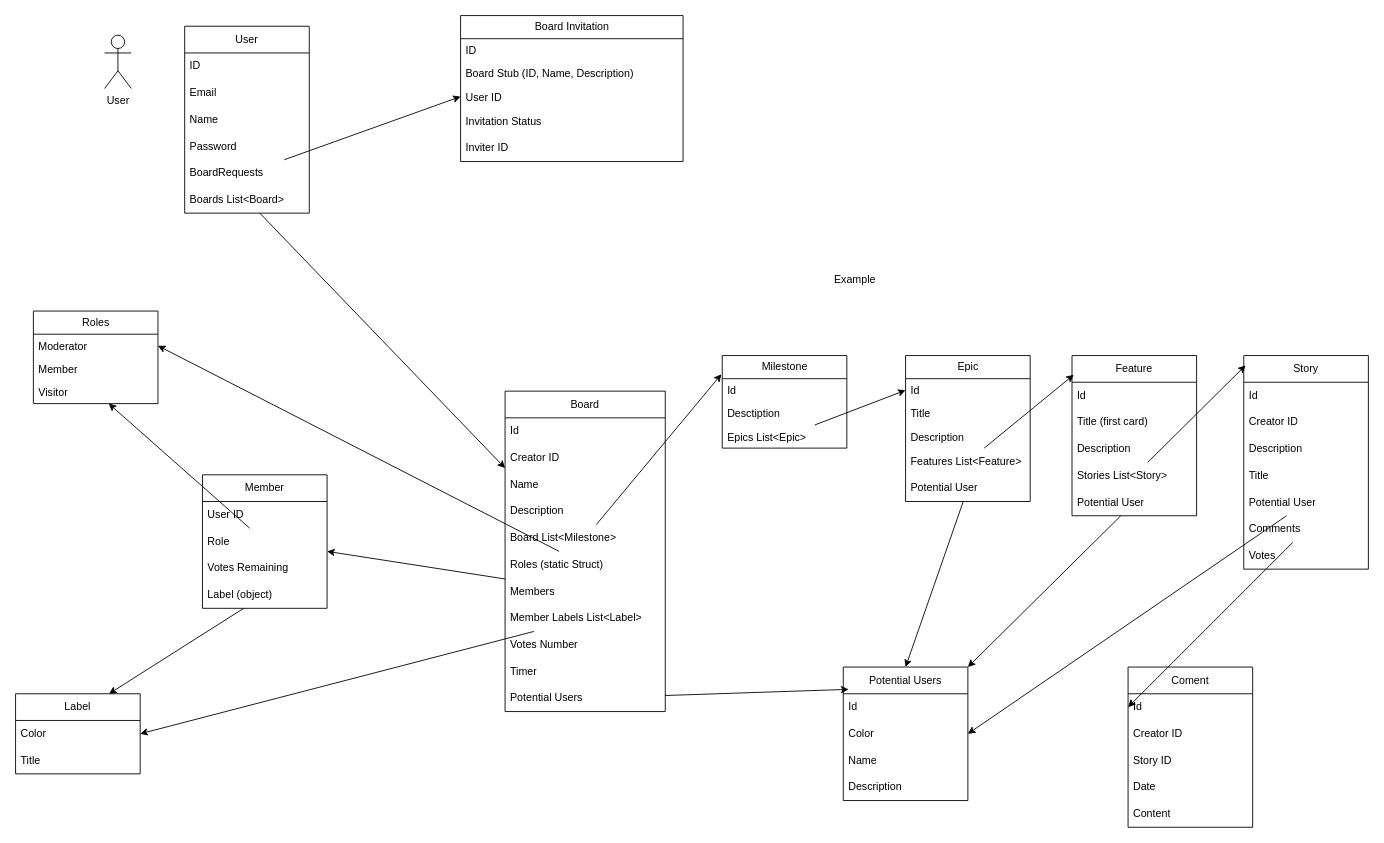
Earlier version of the draw.io diagram Data.drawio (KarolDuszak/UserStoryMapper). Source tidied: cells renumbered, new cells numbered last; positions are measured from the earlier drawing's top-left corner, leaving out a move shared by most shapes. Both pictures are drawn from the tidied source at 89%, with x=0, y=0 at pixel (15, 15).
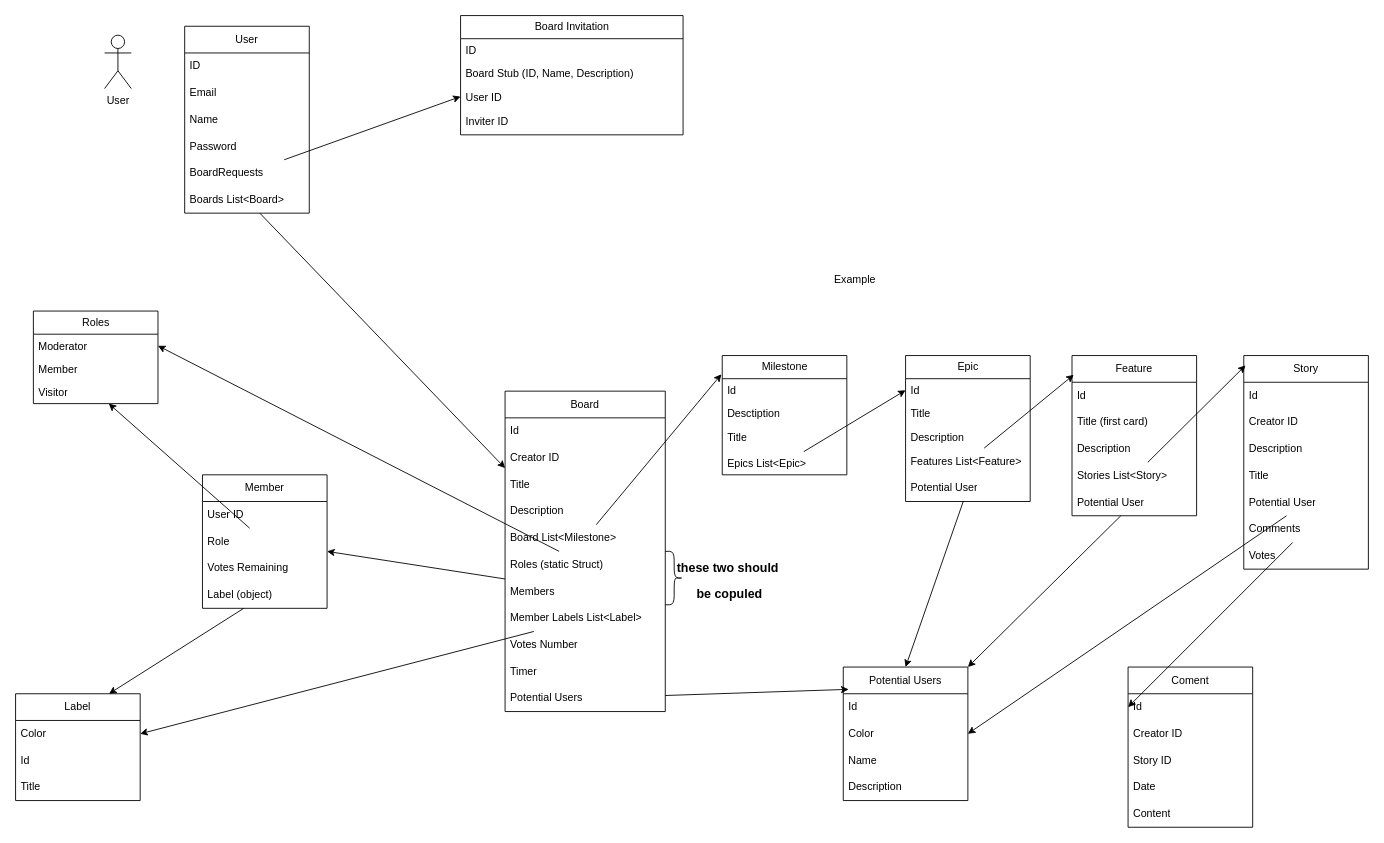
Above is the later version.

Unchanged cells that the change refers to:
```xml
<mxCell id="2" value="Board" style="swimlane;fontStyle=0;horizontal=1;startSize=30;whiteSpace=wrap;html=1;" parent="1" vertex="1">
  <mxGeometry x="550" y="422" width="180" height="360" as="geometry" />
</mxCell>
```

Diff of the diagram source:
```diff
@@
-    <mxCell id="5" value="Name" style="text;strokeColor=none;fillColor=none;align=left;verticalAlign=middle;spacingLeft=4;spacingRight=4;overflow=hidden;whiteSpace=wrap;html=1;" parent="2" vertex="1">
+    <mxCell id="5" value="Title" style="text;strokeColor=none;fillColor=none;align=left;verticalAlign=middle;spacingLeft=4;spacingRight=4;overflow=hidden;whiteSpace=wrap;html=1;" parent="2" vertex="1">
       <mxGeometry y="90" width="180" height="30" as="geometry" />
     </mxCell>
@@
     <mxCell id="15" value="Milestone" style="swimlane;fontStyle=0;horizontal=1;startSize=26;fillColor=none;html=1;" parent="1" vertex="1">
-      <mxGeometry x="794" y="382" width="140" height="104" as="geometry" />
+      <mxGeometry x="794" y="382" width="140" height="134" as="geometry" />
     </mxCell>
@@
+    <mxCell id="92" value="Title" style="text;strokeColor=none;fillColor=none;align=left;verticalAlign=middle;spacingLeft=4;spacingRight=4;overflow=hidden;whiteSpace=wrap;html=1;" parent="15" vertex="1">
+      <mxGeometry y="78" width="140" height="30" as="geometry" />
+    </mxCell>
     <mxCell id="18" value="Epics List&amp;lt;Epic&amp;gt;" style="text;strokeColor=none;fillColor=none;align=left;verticalAlign=top;spacingLeft=4;spacingRight=4;overflow=hidden;points=[[0,0.5],[1,0.5]];portConstraint=eastwest;whiteSpace=wrap;html=1;" parent="15" vertex="1">
-      <mxGeometry y="78" width="140" height="26" as="geometry" />
+      <mxGeometry y="108" width="140" height="26" as="geometry" />
     </mxCell>
@@
     <mxCell id="48" value="Label" style="swimlane;fontStyle=0;horizontal=1;startSize=30;whiteSpace=wrap;html=1;" parent="1" vertex="1">
-      <mxGeometry y="762" width="140" height="90" as="geometry" />
+      <mxGeometry y="762" width="140" height="120" as="geometry" />
     </mxCell>
@@
+    <mxCell id="93" value="Id" style="text;strokeColor=none;fillColor=none;align=left;verticalAlign=middle;spacingLeft=4;spacingRight=4;overflow=hidden;whiteSpace=wrap;html=1;" parent="48" vertex="1">
+      <mxGeometry y="60" width="140" height="30" as="geometry" />
+    </mxCell>
     <mxCell id="50" value="Title" style="text;strokeColor=none;fillColor=none;align=left;verticalAlign=middle;spacingLeft=4;spacingRight=4;overflow=hidden;whiteSpace=wrap;html=1;" parent="48" vertex="1">
-      <mxGeometry y="60" width="140" height="30" as="geometry" />
+      <mxGeometry y="90" width="140" height="30" as="geometry" />
     </mxCell>
@@
     <mxCell id="74" value="Board Invitation" style="swimlane;fontStyle=0;horizontal=1;startSize=26;fillColor=none;html=1;" parent="1" vertex="1">
-      <mxGeometry x="500" width="250" height="164" as="geometry" />
+      <mxGeometry x="500" width="250" height="134" as="geometry" />
     </mxCell>
@@
-    <mxCell id="78" value="Invitation Status" style="text;strokeColor=none;fillColor=none;align=left;verticalAlign=middle;spacingLeft=4;spacingRight=4;overflow=hidden;whiteSpace=wrap;html=1;" parent="74" vertex="1">
-      <mxGeometry y="104" width="250" height="30" as="geometry" />
-    </mxCell>
     <mxCell id="79" value="Inviter ID" style="text;strokeColor=none;fillColor=none;align=left;verticalAlign=middle;spacingLeft=4;spacingRight=4;overflow=hidden;whiteSpace=wrap;html=1;" parent="74" vertex="1">
-      <mxGeometry y="134" width="250" height="30" as="geometry" />
+      <mxGeometry y="104" width="250" height="30" as="geometry" />
     </mxCell>
@@
+    <mxCell id="94" style="shape=curlyBracket;whiteSpace=wrap;html=1;rounded=1;flipH=1;labelPosition=right;verticalLabelPosition=middle;align=left;verticalAlign=middle;" parent="1" vertex="1">
+      <mxGeometry x="730" y="602" width="20" height="60" as="geometry" />
+    </mxCell>
+    <mxCell id="95" value="&lt;font style=&quot;font-size: 14px;&quot;&gt;these two should&lt;br&gt;&amp;nbsp;be copuled&lt;/font&gt;" style="text;strokeColor=none;fillColor=none;html=1;fontSize=24;fontStyle=1;verticalAlign=middle;align=center;" parent="1" vertex="1">
+      <mxGeometry x="750" y="582" width="100" height="100" as="geometry" />
+    </mxCell>
```
